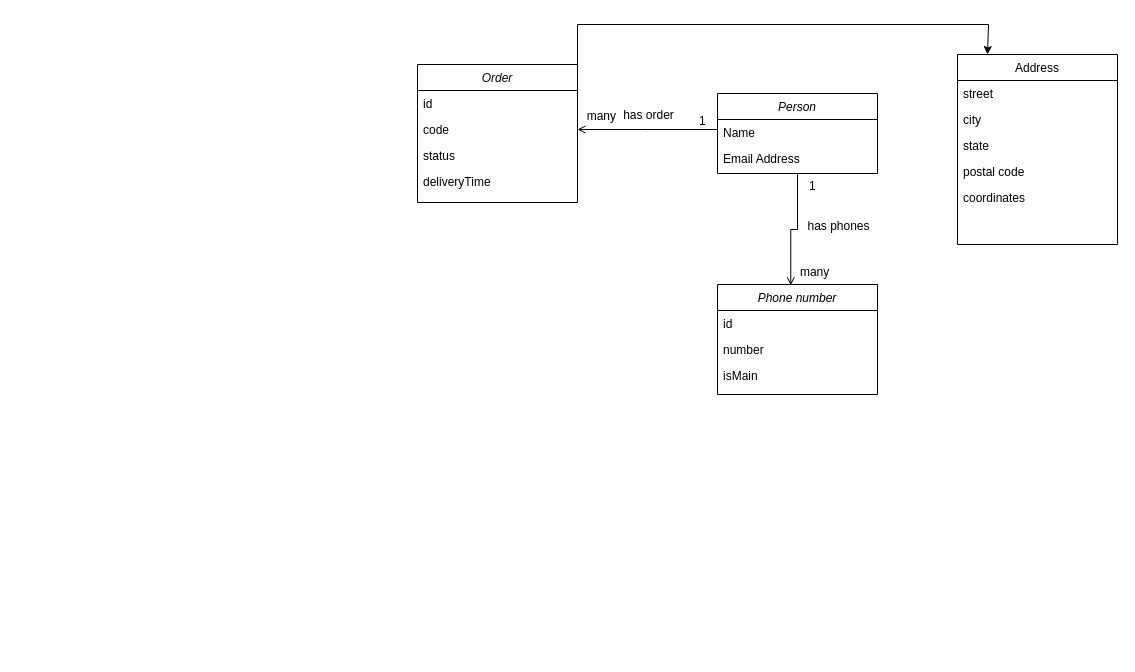
This is Untitled Diagram.drawio from ashevchenko0309/courier-api, a draw.io file, before an edit. Source tidied: cells renumbered, new cells numbered last; positions are measured from the earlier drawing's top-left corner, leaving out a move shared by most shapes. Both pictures are drawn from the tidied source at 100%, with x=0, y=0 at pixel (417, 24).
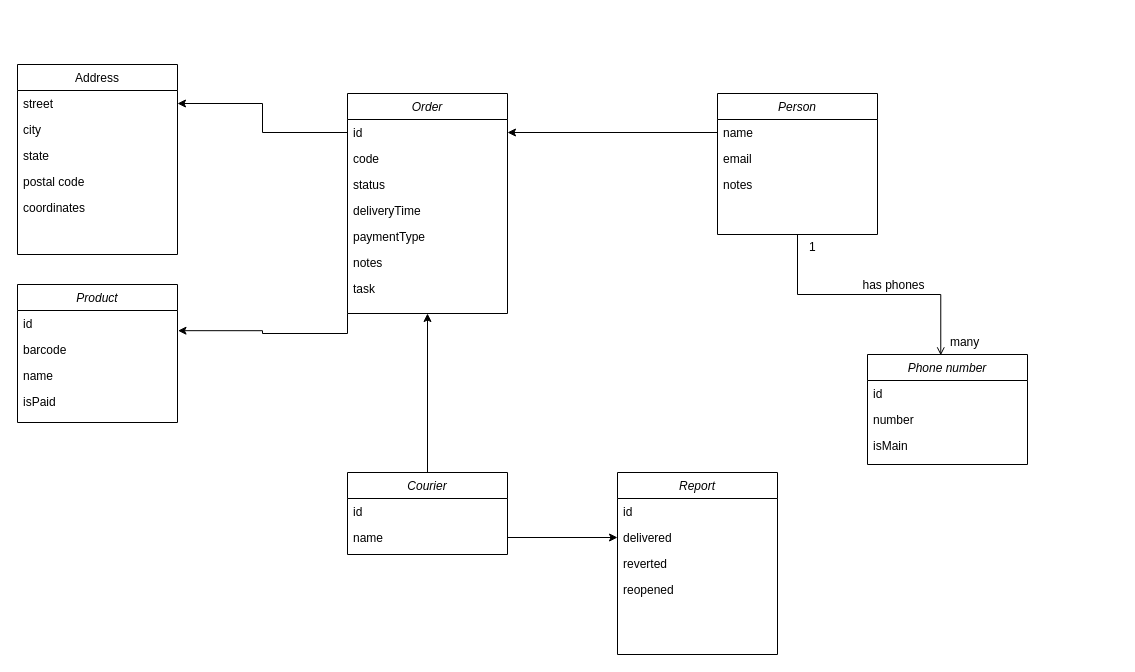
After the change.

The change refers to these unchanged cells:
```xml
<mxCell id="6" value="street" style="text;align=left;verticalAlign=top;spacingLeft=4;spacingRight=4;overflow=hidden;points=[[0,0.5],[1,0.5]];portConstraint=eastwest;" parent="5" vertex="1">
  <mxGeometry y="26" width="160" height="26" as="geometry" />
</mxCell>
<mxCell id="17" value="id" style="text;align=left;verticalAlign=top;spacingLeft=4;spacingRight=4;overflow=hidden;points=[[0,0.5],[1,0.5]];portConstraint=eastwest;" parent="16" vertex="1">
  <mxGeometry y="26" width="160" height="26" as="geometry" />
</mxCell>
<mxCell id="25" style="endArrow=open;shadow=0;strokeWidth=1;rounded=0;endFill=1;edgeStyle=elbowEdgeStyle;elbow=vertical;entryX=0.458;entryY=0.008;entryDx=0;entryDy=0;entryPerimeter=0;exitX=0.5;exitY=1;exitDx=0;exitDy=0;" parent="1" edge="1" source="2" target="21">
  <mxGeometry x="0.5" y="41" relative="1" as="geometry">
    <mxPoint x="-40" y="32" as="offset" />
  </mxGeometry>
</mxCell>
```

What changed in the source:
```diff
@@
     <mxCell id="2" value="Person" style="swimlane;fontStyle=2;align=center;verticalAlign=top;horizontal=1;startSize=26;rounded=0;shadow=0;strokeWidth=1;" parent="1" vertex="1">
-      <mxGeometry x="300" y="69" width="160" height="80" as="geometry" />
+      <mxGeometry x="300" y="69" width="160" height="141" as="geometry" />
     </mxCell>
-    <mxCell id="3" value="Name" style="text;align=left;verticalAlign=top;spacingLeft=4;spacingRight=4;overflow=hidden;points=[[0,0.5],[1,0.5]];portConstraint=eastwest;" parent="2" vertex="1">
+    <mxCell id="3" value="name" style="text;align=left;verticalAlign=top;spacingLeft=4;spacingRight=4;overflow=hidden;points=[[0,0.5],[1,0.5]];portConstraint=eastwest;" parent="2" vertex="1">
       <mxGeometry y="26" width="160" height="26" as="geometry" />
     </mxCell>
-    <mxCell id="4" value="Email Address" style="text;align=left;verticalAlign=top;spacingLeft=4;spacingRight=4;overflow=hidden;rounded=0;shadow=0;html=0;" parent="2" vertex="1">
+    <mxCell id="4" value="email" style="text;align=left;verticalAlign=top;spacingLeft=4;spacingRight=4;overflow=hidden;rounded=0;shadow=0;html=0;" parent="2" vertex="1">
       <mxGeometry y="52" width="160" height="26" as="geometry" />
     </mxCell>
+    <mxCell id="29" value="notes" style="text;align=left;verticalAlign=top;spacingLeft=4;spacingRight=4;overflow=hidden;rounded=0;shadow=0;html=0;" parent="2" vertex="1">
+      <mxGeometry y="78" width="160" height="26" as="geometry" />
+    </mxCell>
     <mxCell id="5" value="Address" style="swimlane;fontStyle=0;align=center;verticalAlign=top;horizontal=1;startSize=26;rounded=0;shadow=0;strokeWidth=1;" parent="1" vertex="1">
-      <mxGeometry x="540" y="30" width="160" height="190" as="geometry" />
+      <mxGeometry x="-400" y="40" width="160" height="190" as="geometry" />
     </mxCell>
@@
-    <mxCell id="11" style="endArrow=open;shadow=0;strokeWidth=1;rounded=0;endFill=1;edgeStyle=elbowEdgeStyle;elbow=vertical;entryX=1;entryY=0.5;entryDx=0;entryDy=0;" parent="1" edge="1" source="2">
-      <mxGeometry x="0.5" y="41" relative="1" as="geometry">
-        <mxPoint x="160" y="105" as="targetPoint" />
-        <mxPoint x="-40" y="32" as="offset" />
-      </mxGeometry>
-    </mxCell>
-    <mxCell id="12" value="1" style="align=left;verticalAlign=bottom;labelBackgroundColor=none;fontSize=12;" parent="11" vertex="1">
-      <mxGeometry x="-1" relative="1" as="geometry">
-        <mxPoint x="-20" as="offset" />
-      </mxGeometry>
-    </mxCell>
-    <mxCell id="13" value="many" style="align=right;verticalAlign=bottom;labelBackgroundColor=none;fontSize=12;" parent="11" vertex="1">
-      <mxGeometry x="1" relative="1" as="geometry">
-        <mxPoint x="40" y="-5" as="offset" />
-      </mxGeometry>
-    </mxCell>
-    <mxCell id="14" value="has order" style="text;html=1;align=center;verticalAlign=middle;labelBackgroundColor=none;rounded=0;shadow=0;strokeWidth=1;fontSize=12;" parent="11" vertex="1">
-      <mxGeometry x="0.5" y="49" relative="1" as="geometry">
-        <mxPoint x="35" y="-64" as="offset" />
-      </mxGeometry>
-    </mxCell>
-    <mxCell id="15" style="edgeStyle=orthogonalEdgeStyle;rounded=0;jettySize=auto;html=1;exitX=1;exitY=0;exitDx=0;exitDy=0;" parent="1" edge="1" source="16">
-      <mxGeometry relative="1" as="geometry">
-        <mxPoint x="570" y="30" as="targetPoint" />
-        <Array as="points">
-          <mxPoint x="160" />
-          <mxPoint x="571" />
-          <mxPoint x="571" y="30" />
-        </Array>
-      </mxGeometry>
-    </mxCell>
+    <mxCell id="30" style="edgeStyle=orthogonalEdgeStyle;rounded=0;jettySize=auto;html=1;exitX=0;exitY=1;exitDx=0;exitDy=0;entryX=1.003;entryY=0.776;entryDx=0;entryDy=0;entryPerimeter=0;" parent="1" edge="1" source="16" target="46">
+      <mxGeometry relative="1" as="geometry" />
+    </mxCell>
     <mxCell id="16" value="Order" style="swimlane;fontStyle=2;align=center;verticalAlign=top;horizontal=1;startSize=26;rounded=0;shadow=0;strokeWidth=1;" parent="1" vertex="1">
-      <mxGeometry y="40" width="160" height="138" as="geometry" />
+      <mxGeometry x="-70" y="69" width="160" height="220" as="geometry" />
     </mxCell>
@@
+    <mxCell id="31" value="paymentType" style="text;align=left;verticalAlign=top;spacingLeft=4;spacingRight=4;overflow=hidden;rounded=0;shadow=0;html=0;" parent="16" vertex="1">
+      <mxGeometry y="130" width="160" height="26" as="geometry" />
+    </mxCell>
+    <mxCell id="32" value="notes" style="text;align=left;verticalAlign=top;spacingLeft=4;spacingRight=4;overflow=hidden;rounded=0;shadow=0;html=0;" parent="16" vertex="1">
+      <mxGeometry y="156" width="160" height="26" as="geometry" />
+    </mxCell>
+    <mxCell id="33" value="task" style="text;align=left;verticalAlign=top;spacingLeft=4;spacingRight=4;overflow=hidden;rounded=0;shadow=0;html=0;" parent="16" vertex="1">
+      <mxGeometry y="182" width="160" height="26" as="geometry" />
+    </mxCell>
     <mxCell id="21" value="Phone number" style="swimlane;fontStyle=2;align=center;verticalAlign=top;horizontal=1;startSize=26;rounded=0;shadow=0;strokeWidth=1;" parent="1" vertex="1">
-      <mxGeometry x="300" y="260" width="160" height="110" as="geometry" />
+      <mxGeometry x="450" y="330" width="160" height="110" as="geometry" />
     </mxCell>
@@
     <mxCell id="28" value="has phones" style="text;html=1;align=center;verticalAlign=middle;labelBackgroundColor=none;rounded=0;shadow=0;strokeWidth=1;fontSize=12;" parent="25" vertex="1">
       <mxGeometry x="0.5" y="49" relative="1" as="geometry">
-        <mxPoint x="-2" y="-30" as="offset" />
+        <mxPoint x="-43" y="39" as="offset" />
       </mxGeometry>
     </mxCell>
+    <mxCell id="34" style="edgeStyle=orthogonalEdgeStyle;rounded=0;jettySize=auto;html=1;exitX=0.5;exitY=0;exitDx=0;exitDy=0;entryX=0.5;entryY=1;entryDx=0;entryDy=0;" parent="1" edge="1" source="35" target="16">
+      <mxGeometry relative="1" as="geometry" />
+    </mxCell>
+    <mxCell id="35" value="Courier" style="swimlane;fontStyle=2;align=center;verticalAlign=top;horizontal=1;startSize=26;rounded=0;shadow=0;strokeWidth=1;" parent="1" vertex="1">
+      <mxGeometry x="-70" y="448" width="160" height="82" as="geometry" />
+    </mxCell>
+    <mxCell id="36" value="id" style="text;align=left;verticalAlign=top;spacingLeft=4;spacingRight=4;overflow=hidden;" parent="35" vertex="1">
+      <mxGeometry y="26" width="160" height="26" as="geometry" />
+    </mxCell>
+    <mxCell id="37" value="name" style="text;align=left;verticalAlign=top;spacingLeft=4;spacingRight=4;overflow=hidden;points=[[0,0.5],[1,0.5]];portConstraint=eastwest;rounded=0;shadow=0;html=0;" parent="35" vertex="1">
+      <mxGeometry y="52" width="160" height="26" as="geometry" />
+    </mxCell>
+    <mxCell id="38" value="Report" style="swimlane;fontStyle=2;align=center;verticalAlign=top;horizontal=1;startSize=26;rounded=0;shadow=0;strokeWidth=1;" parent="1" vertex="1">
+      <mxGeometry x="200" y="448" width="160" height="182" as="geometry" />
+    </mxCell>
+    <mxCell id="39" value="id" style="text;align=left;verticalAlign=top;spacingLeft=4;spacingRight=4;overflow=hidden;" parent="38" vertex="1">
+      <mxGeometry y="26" width="160" height="26" as="geometry" />
+    </mxCell>
+    <mxCell id="40" value="delivered" style="text;align=left;verticalAlign=top;spacingLeft=4;spacingRight=4;overflow=hidden;points=[[0,0.5],[1,0.5]];portConstraint=eastwest;rounded=0;shadow=0;html=0;" parent="38" vertex="1">
+      <mxGeometry y="52" width="160" height="26" as="geometry" />
+    </mxCell>
+    <mxCell id="41" value="reverted" style="text;align=left;verticalAlign=top;spacingLeft=4;spacingRight=4;overflow=hidden;rounded=0;shadow=0;html=0;" parent="38" vertex="1">
+      <mxGeometry y="78" width="160" height="26" as="geometry" />
+    </mxCell>
+    <mxCell id="42" value="reopened" style="text;align=left;verticalAlign=top;spacingLeft=4;spacingRight=4;overflow=hidden;rounded=0;shadow=0;html=0;" parent="38" vertex="1">
+      <mxGeometry y="104" width="160" height="26" as="geometry" />
+    </mxCell>
+    <mxCell id="43" style="edgeStyle=orthogonalEdgeStyle;rounded=0;jettySize=auto;html=1;exitX=0;exitY=0.5;exitDx=0;exitDy=0;" parent="1" edge="1" source="17" target="6">
+      <mxGeometry relative="1" as="geometry" />
+    </mxCell>
+    <mxCell id="44" style="edgeStyle=orthogonalEdgeStyle;rounded=0;jettySize=auto;html=1;exitX=0;exitY=0.5;exitDx=0;exitDy=0;entryX=1;entryY=0.5;entryDx=0;entryDy=0;" parent="1" edge="1" source="3" target="17">
+      <mxGeometry relative="1" as="geometry" />
+    </mxCell>
+    <mxCell id="45" value="Product" style="swimlane;fontStyle=2;align=center;verticalAlign=top;horizontal=1;startSize=26;rounded=0;shadow=0;strokeWidth=1;" parent="1" vertex="1">
+      <mxGeometry x="-400" y="260" width="160" height="138" as="geometry" />
+    </mxCell>
+    <mxCell id="46" value="id" style="text;align=left;verticalAlign=top;spacingLeft=4;spacingRight=4;overflow=hidden;points=[[0,0.5],[1,0.5]];portConstraint=eastwest;" parent="45" vertex="1">
+      <mxGeometry y="26" width="160" height="26" as="geometry" />
+    </mxCell>
+    <mxCell id="47" value="barcode" style="text;align=left;verticalAlign=top;spacingLeft=4;spacingRight=4;overflow=hidden;rounded=0;shadow=0;html=0;" parent="45" vertex="1">
+      <mxGeometry y="52" width="160" height="26" as="geometry" />
+    </mxCell>
+    <mxCell id="48" value="name" style="text;align=left;verticalAlign=top;spacingLeft=4;spacingRight=4;overflow=hidden;rounded=0;shadow=0;html=0;" parent="45" vertex="1">
+      <mxGeometry y="78" width="160" height="26" as="geometry" />
+    </mxCell>
+    <mxCell id="49" value="isPaid" style="text;align=left;verticalAlign=top;spacingLeft=4;spacingRight=4;overflow=hidden;rounded=0;shadow=0;html=0;" parent="45" vertex="1">
+      <mxGeometry y="104" width="160" height="26" as="geometry" />
+    </mxCell>
+    <mxCell id="50" style="edgeStyle=orthogonalEdgeStyle;rounded=0;jettySize=auto;html=1;exitX=1;exitY=0.5;exitDx=0;exitDy=0;entryX=0;entryY=0.5;entryDx=0;entryDy=0;" parent="1" edge="1" source="37" target="40">
+      <mxGeometry relative="1" as="geometry" />
+    </mxCell>
```
